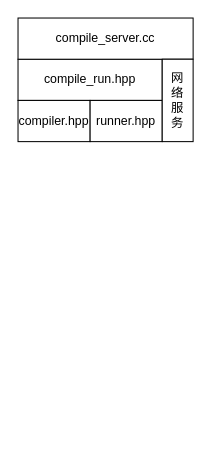
xyshawy/DRAW keeps this draw.io diagram as 算法/负载均衡OJ.drawio. Above is the earlier version. Source tidied: cells renumbered, new cells numbered last; positions are measured from the earlier drawing's top-left corner, leaving out a move shared by most shapes. Both pictures are drawn from the tidied source at 103%, with x=0, y=0 at pixel (18, 18).
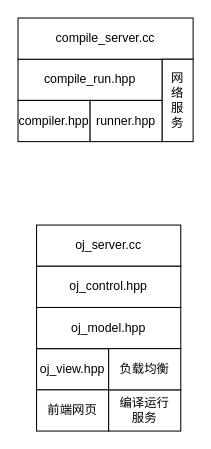
Above is the later version.

Commit message:
更新负载均衡OJ.drawio

Change to the diagram source:
```diff
@@
 <mxGraphModel>
   <root>
     <mxCell id="0" />
     <mxCell id="1" parent="0" />
     <mxCell id="2" value="compile_run.hpp" style="rounded=0;whiteSpace=wrap;html=1;" parent="1" vertex="1">
       <mxGeometry y="40" width="140" height="40" as="geometry" />
     </mxCell>
     <mxCell id="3" value="compiler.hpp" style="rounded=0;whiteSpace=wrap;html=1;" parent="1" vertex="1">
       <mxGeometry y="80" width="70" height="40" as="geometry" />
     </mxCell>
     <mxCell id="4" value="runner.hpp" style="rounded=0;whiteSpace=wrap;html=1;" parent="1" vertex="1">
       <mxGeometry x="70" y="80" width="70" height="40" as="geometry" />
     </mxCell>
     <mxCell id="5" value="compile_server.cc" style="rounded=0;whiteSpace=wrap;html=1;" parent="1" vertex="1">
       <mxGeometry width="170" height="40" as="geometry" />
     </mxCell>
     <mxCell id="6" value="网&lt;div&gt;络&lt;/div&gt;&lt;div&gt;服&lt;/div&gt;&lt;div&gt;务&lt;/div&gt;" style="rounded=0;whiteSpace=wrap;html=1;" parent="1" vertex="1">
       <mxGeometry x="140" y="40" width="30" height="80" as="geometry" />
     </mxCell>
+    <mxCell id="7" value="oj_view.hpp" style="rounded=0;whiteSpace=wrap;html=1;" parent="1" vertex="1">
+      <mxGeometry x="18" y="321" width="70" height="40" as="geometry" />
+    </mxCell>
+    <mxCell id="8" value="前端网页" style="rounded=0;whiteSpace=wrap;html=1;" parent="1" vertex="1">
+      <mxGeometry x="18" y="361" width="70" height="40" as="geometry" />
+    </mxCell>
+    <mxCell id="9" value="编译运行&lt;div&gt;服务&lt;/div&gt;" style="rounded=0;whiteSpace=wrap;html=1;" parent="1" vertex="1">
+      <mxGeometry x="88" y="361" width="70" height="40" as="geometry" />
+    </mxCell>
+    <mxCell id="10" value="oj_model.hpp" style="rounded=0;whiteSpace=wrap;html=1;" parent="1" vertex="1">
+      <mxGeometry x="18" y="281" width="140" height="40" as="geometry" />
+    </mxCell>
+    <mxCell id="11" value="负载均衡" style="rounded=0;whiteSpace=wrap;html=1;" parent="1" vertex="1">
+      <mxGeometry x="88" y="321" width="70" height="40" as="geometry" />
+    </mxCell>
+    <mxCell id="12" value="oj_server.cc" style="rounded=0;whiteSpace=wrap;html=1;" parent="1" vertex="1">
+      <mxGeometry x="18" y="201" width="140" height="40" as="geometry" />
+    </mxCell>
+    <mxCell id="13" value="oj_control.hpp" style="rounded=0;whiteSpace=wrap;html=1;" parent="1" vertex="1">
+      <mxGeometry x="18" y="241" width="140" height="40" as="geometry" />
+    </mxCell>
   </root>
 </mxGraphModel>
```
